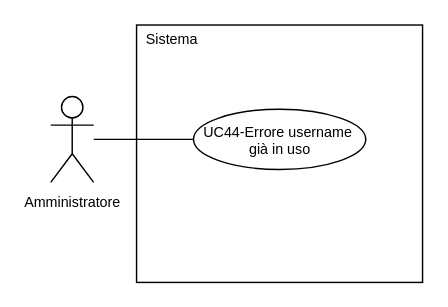
Above: 2-RTB/Documenti_esterni/Analisi_dei_requisiti/draw.io/UC44.drawio in SnakeByteTeam/snakebyteteam.github.io (draw.io), before the change. Source tidied: cells renumbered, new cells numbered last; positions are measured from the earlier drawing's top-left corner, leaving out a move shared by most shapes. Both pictures are drawn from the tidied source at 143%, with x=0, y=0 at pixel (50, 24).
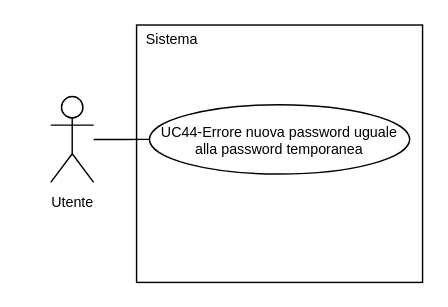
Above is the later version.

What changed in the source:
```diff
@@
 <mxGraphModel>
   <root>
     <mxCell id="0" />
     <mxCell id="1" parent="0" />
-    <mxCell id="2" value="&lt;font style=&quot;font-size: 10px; line-height: 100%;&quot;&gt;Amministratore&lt;/font&gt;" style="shape=umlActor;verticalLabelPosition=bottom;verticalAlign=top;html=1;outlineConnect=0;" parent="1" vertex="1">
+    <mxCell id="2" value="&lt;font style=&quot;font-size: 10px; line-height: 100%;&quot;&gt;Utente&lt;/font&gt;" style="shape=umlActor;verticalLabelPosition=bottom;verticalAlign=top;html=1;outlineConnect=0;" parent="1" vertex="1">
       <mxGeometry y="50" width="30" height="60" as="geometry" />
     </mxCell>
     <mxCell id="3" style="rounded=0;whiteSpace=wrap;html=1;" parent="1" vertex="1">
       <mxGeometry x="60" width="200" height="180" as="geometry" />
     </mxCell>
     <mxCell id="4" style="edgeStyle=orthogonalEdgeStyle;rounded=0;jettySize=auto;html=1;exitX=0;exitY=0.5;exitDx=0;exitDy=0;endArrow=none;endFill=0;" parent="1" edge="1" source="5" target="2">
       <mxGeometry relative="1" as="geometry" />
     </mxCell>
-    <mxCell id="5" value="&lt;div style=&quot;line-height: 100%;&quot;&gt;&lt;font style=&quot;line-height: 100%; font-size: 10px;&quot;&gt;UC44-Errore username&amp;nbsp;&lt;/font&gt;&lt;/div&gt;&lt;div style=&quot;line-height: 100%;&quot;&gt;&lt;font style=&quot;line-height: 100%; font-size: 10px;&quot;&gt;già in uso&lt;/font&gt;&lt;/div&gt;" style="ellipse;whiteSpace=wrap;html=1;" parent="1" vertex="1">
-      <mxGeometry x="99.8" y="58.9" width="120.5" height="42.1" as="geometry" />
+    <mxCell id="5" value="&lt;div style=&quot;line-height: 100%;&quot;&gt;&lt;font style=&quot;line-height: 100%; font-size: 10px;&quot;&gt;UC44-Errore nuova password uguale alla password temporanea&lt;/font&gt;&lt;/div&gt;" style="ellipse;whiteSpace=wrap;html=1;" parent="1" vertex="1">
+      <mxGeometry x="69" y="55.7" width="182" height="48.5" as="geometry" />
     </mxCell>
     <mxCell id="6" value="&lt;font style=&quot;font-size: 10px;&quot;&gt;Sistema&lt;/font&gt;" style="text;html=1;whiteSpace=wrap;strokeColor=none;fillColor=none;align=center;verticalAlign=middle;rounded=0;" parent="1" vertex="1">
       <mxGeometry x="60" width="50" height="20" as="geometry" />
     </mxCell>
   </root>
 </mxGraphModel>
```
